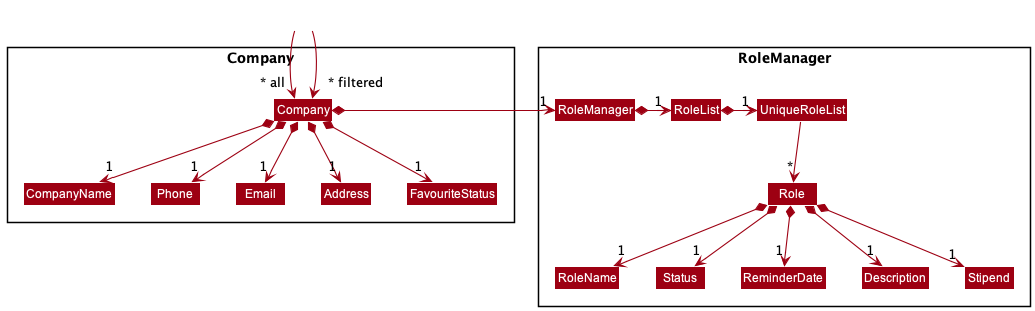
The PlantUML diagram docs/images/CompanyRoleManagerClassDiagram.png in nus-cs2103-AY2122S2/tp, before a commit.
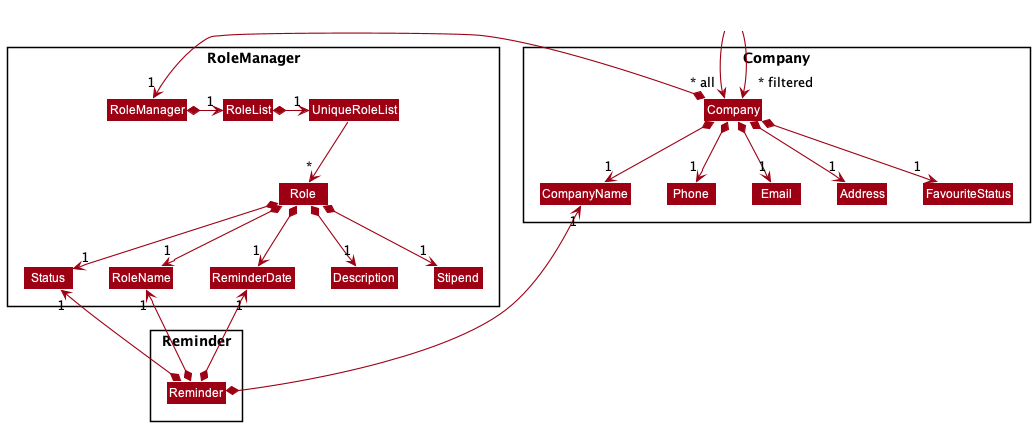
Above is the later version.

What changed in the source:
```diff
@@ -26,6 +26,9 @@
 Class Stipend
 }
 
+Package Reminder\n <<Rectangle>> {
+Class Reminder
+}
 
 Class HiddenOutside #FFFFFF
 HiddenOutside --> "~* all" Company
@@ -46,4 +49,11 @@
 Role *--> "1" Status
 Role *--> "1" Stipend
 
+Reminder *-up-> "1"CompanyName
+Reminder *-up-> "1"ReminderDate
+Reminder *-up-> "1"RoleName
+Reminder *-up-> "1"Status
+
+
+
 @enduml
```
